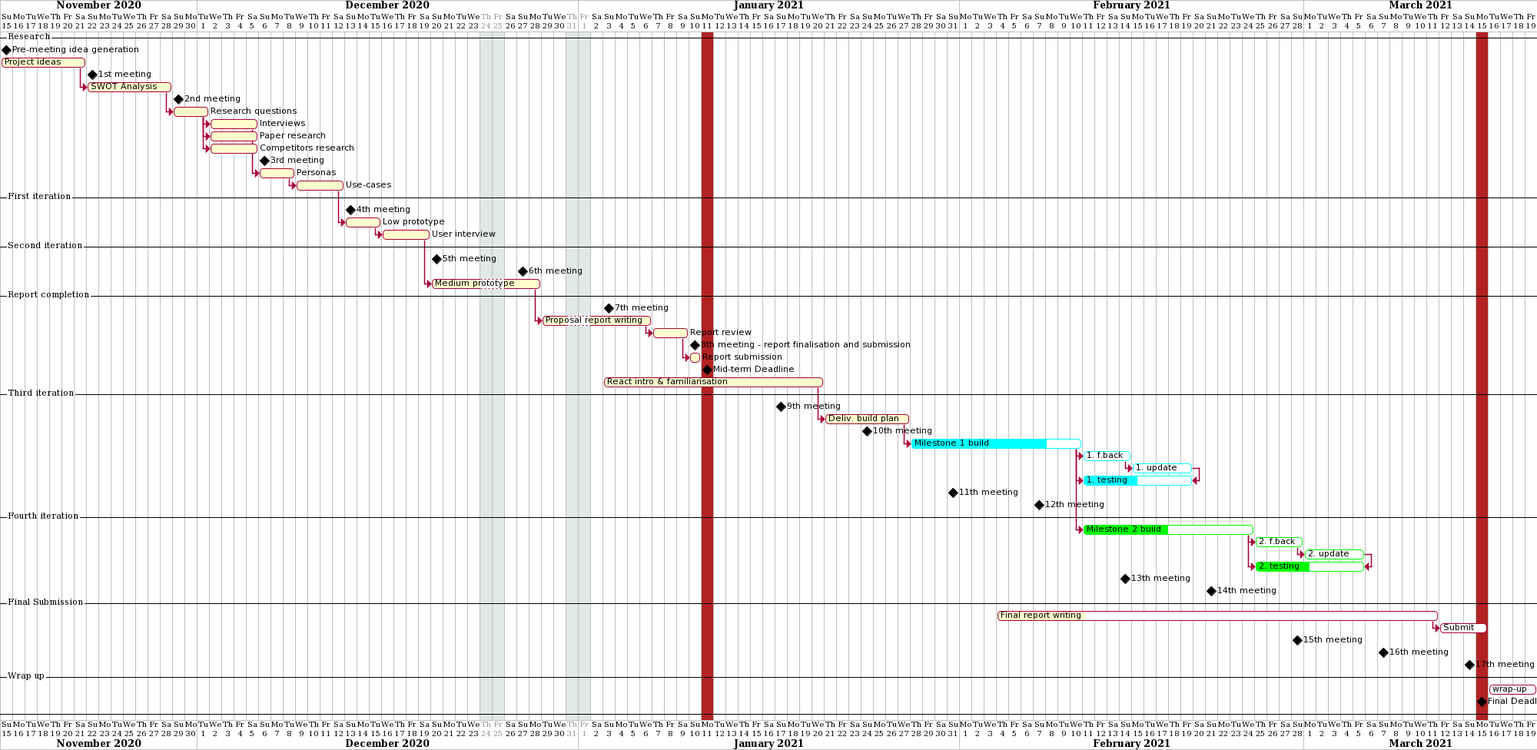
The PlantUML diagram .project-management/gantt-chart/gantt-chart.png in agiledev3/buyers-remorse-app, before a commit.
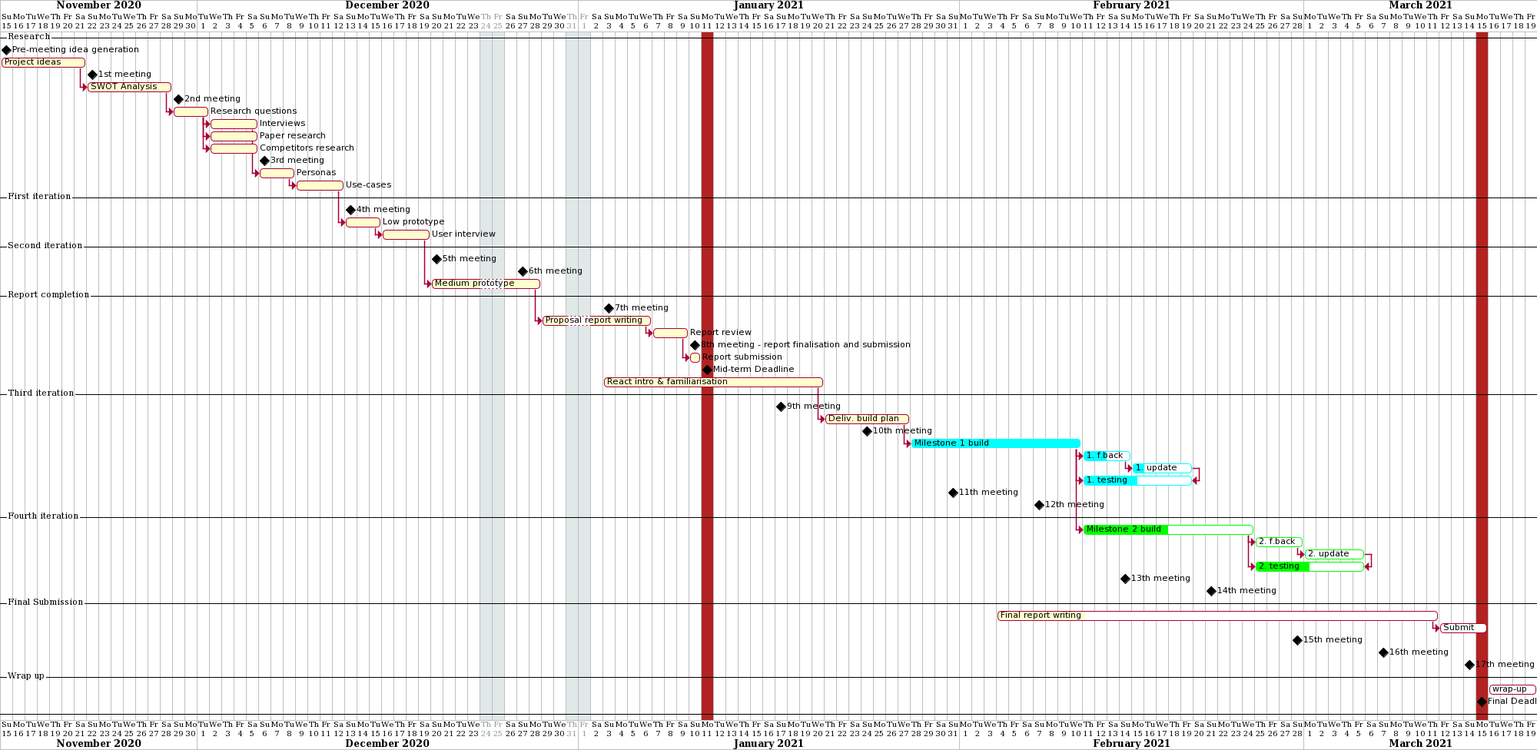
After the commit.

Commit message:
gantt chart as of 25.02.2021

Diff of the diagram source:
```diff
@@ -45,9 +45,9 @@
 [Deliv. build plan] lasts 7 days and is 100% complete
 
 [10th meeting] happens at 2021-01-24
-[Milestone 1 build] lasts 14 days and is colored in Cyan and is 80% complete
-[1. f.back] as [M1 f.back] lasts 4 days and is colored in Cyan and is 0% complete
-[1. update] as [M1 update] lasts 5 days and is colored in Cyan and is 0% complete
+[Milestone 1 build] lasts 14 days and is colored in Cyan and is 100% complete
+[1. f.back] as [M1 f.back] lasts 4 days and is colored in Cyan and is 50% complete
+[1. update] as [M1 update] lasts 5 days and is colored in Cyan and is 20% complete
 [1. testing] as [M1 testing] is colored in Cyan and is 50% complete
 [11th meeting] happens at 2021-01-31
 [12th meeting] happens at 2021-02-07
```
